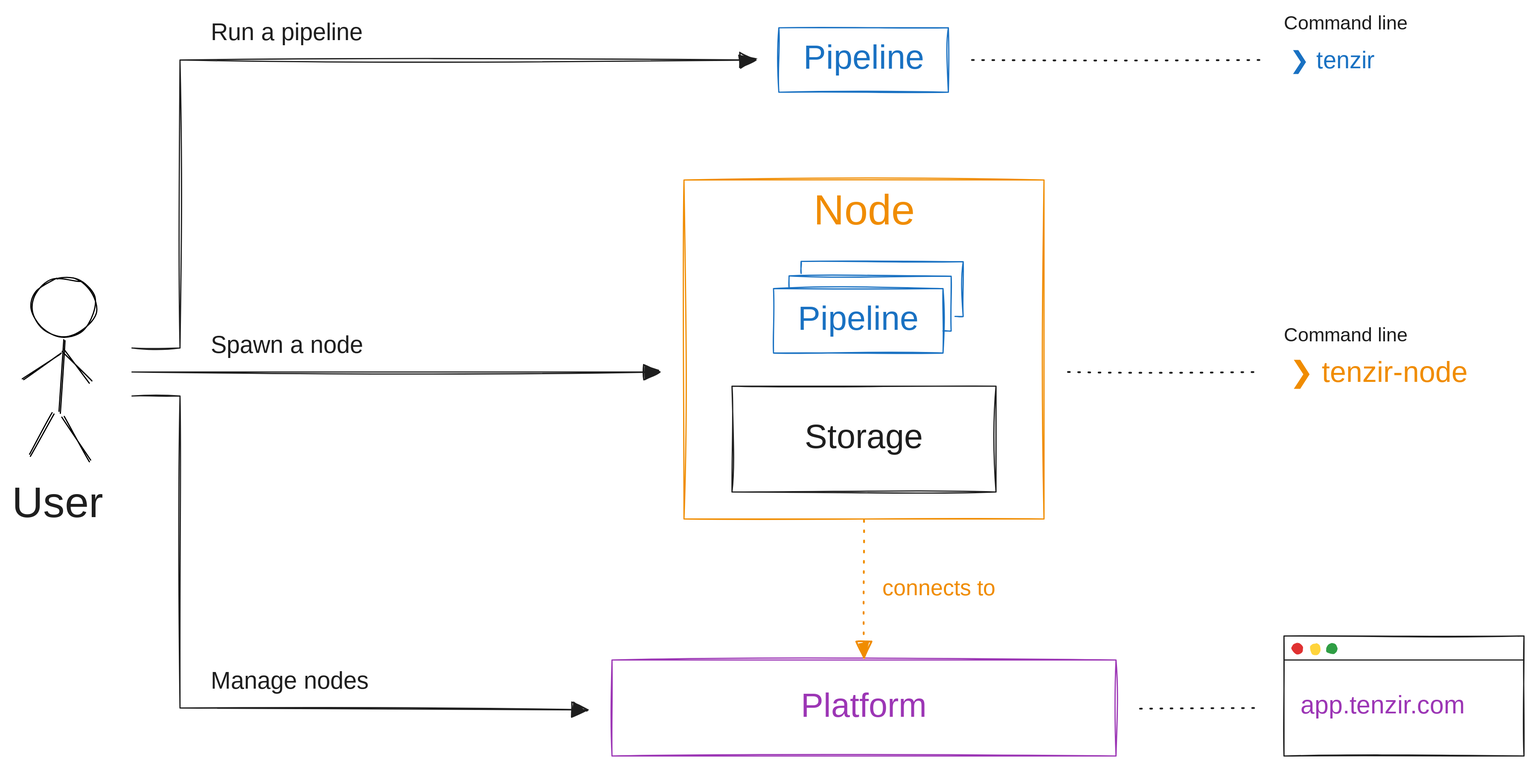
Before: web/docs/moving-parts.excalidraw.svg, a diagram exported from Excalidraw (tenzir/tenzir). Source tidied: one line per element, renumbered; positions are measured from the earlier drawing's top-left corner, leaving out a move shared by most shapes.
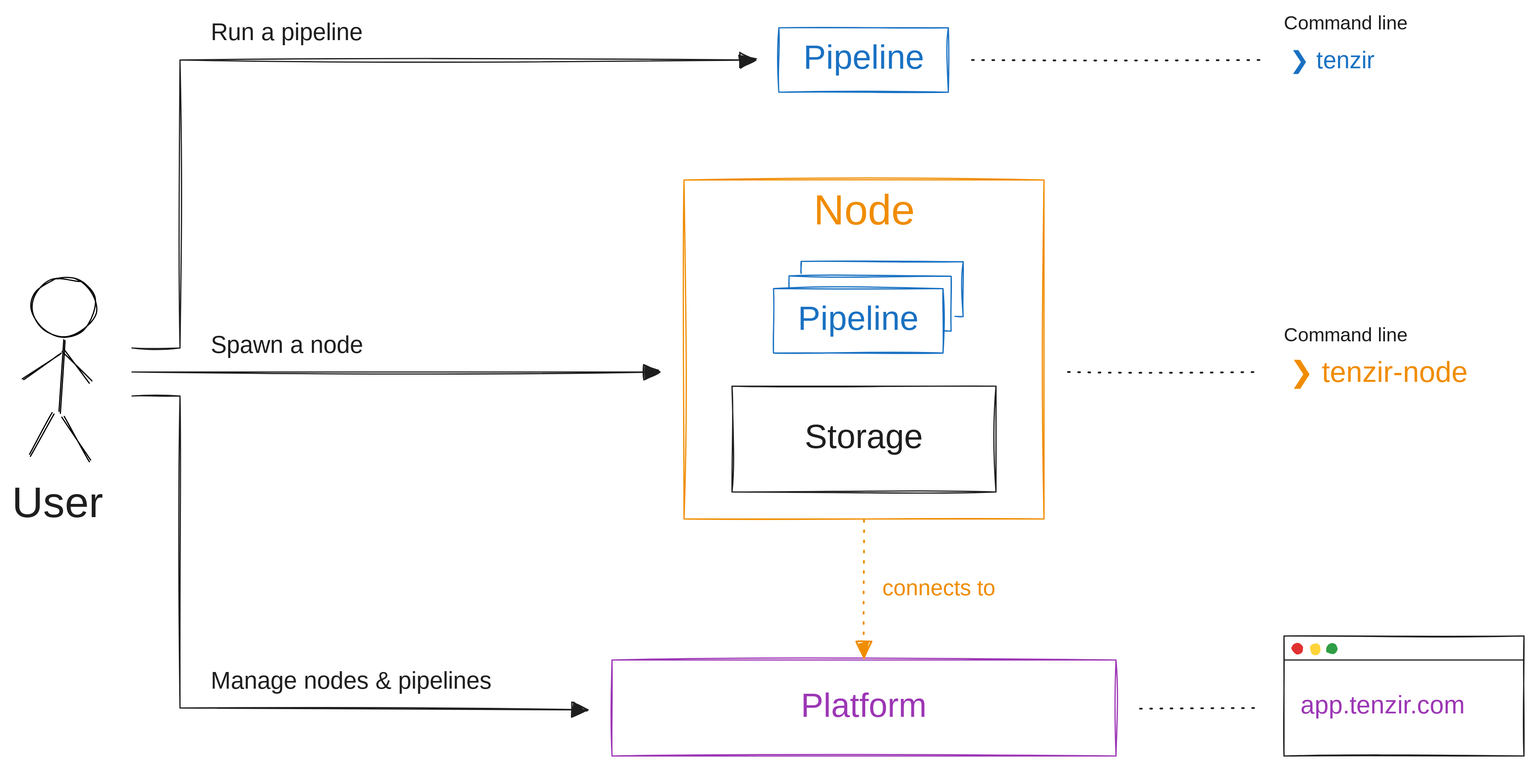
The same diagram one commit later.

Commit message:
Rewrite docs landing page

The edit, as a diff of the source:
```diff
@@ -21,7 +21,7 @@
 {"id": 20, "type": "arrow", "strokeColor": "#1e1e1e", "backgroundColor": "#e9ecef", "fillStyle": "solid", "strokeWidth": 1, "roughness": 1, "endArrowhead": "triangle", "to": 4, "x": 100, "y": 320, "width": 380, "height": 262, "points": [[0, 0], [40, 0], [40, 260], [380, 262]]}
 {"id": 21, "type": "text", "text": "Run a pipeline", "strokeColor": "#1e1e1e", "strokeWidth": 1, "strokeStyle": "dotted", "roughness": 1, "fontSize": 20, "fontFamily": 1, "x": 166, "y": 5, "width": 133, "height": 25}
 {"id": 22, "type": "text", "text": "Spawn a node", "strokeColor": "#1e1e1e", "strokeWidth": 1, "strokeStyle": "dotted", "roughness": 1, "fontSize": 20, "fontFamily": 1, "x": 166, "y": 266, "width": 133, "height": 25}
-{"id": 23, "type": "text", "text": "Manage nodes", "strokeColor": "#1e1e1e", "strokeWidth": 1, "strokeStyle": "dotted", "roughness": 1, "fontSize": 20, "fontFamily": 1, "x": 166, "y": 546, "width": 136, "height": 25}
+{"id": 23, "type": "text", "text": "Manage nodes & pipelines", "strokeColor": "#1e1e1e", "strokeWidth": 1, "strokeStyle": "dotted", "roughness": 1, "fontSize": 20, "fontFamily": 1, "x": 166, "y": 546, "width": 246, "height": 25}
 {"id": 24, "type": "text", "text": "connects to", "strokeColor": "#f08c00", "backgroundColor": "#e9ecef", "fillStyle": "solid", "strokeWidth": 1, "strokeStyle": "dotted", "roughness": 1, "fontSize": 18.51, "fontFamily": 1, "x": 725, "y": 469, "width": 107, "height": 23}
 {"id": 25, "type": "rectangle", "strokeColor": "#1e1e1e", "strokeWidth": 1, "roughness": 1, "x": 1060, "y": 520, "width": 200, "height": 100}
 {"id": 26, "type": "text", "text": "app.tenzir.com", "strokeColor": "#9c36b5", "backgroundColor": "#ffffff", "fillStyle": "solid", "strokeWidth": 1, "roughness": 1, "fontSize": 20.92, "fontFamily": 3, "x": 1074, "y": 566, "width": 172, "height": 25}
```
